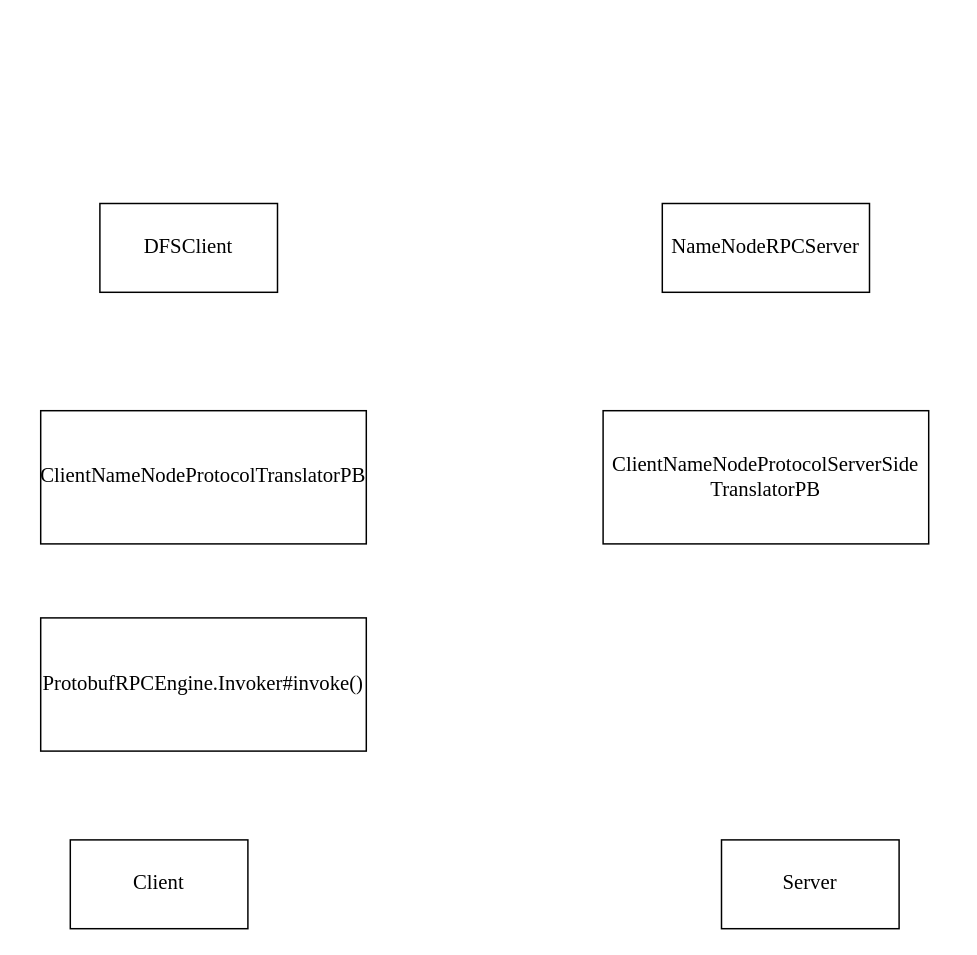
Above: 未命名绘图.drawio in wmsj2000/drawio (draw.io), before the change. Source tidied: cells renumbered, new cells numbered last; positions are measured from the earlier drawing's top-left corner, leaving out a move shared by most shapes. Both pictures are drawn from the tidied source at 148%, with x=0, y=0 at pixel (40, 203).
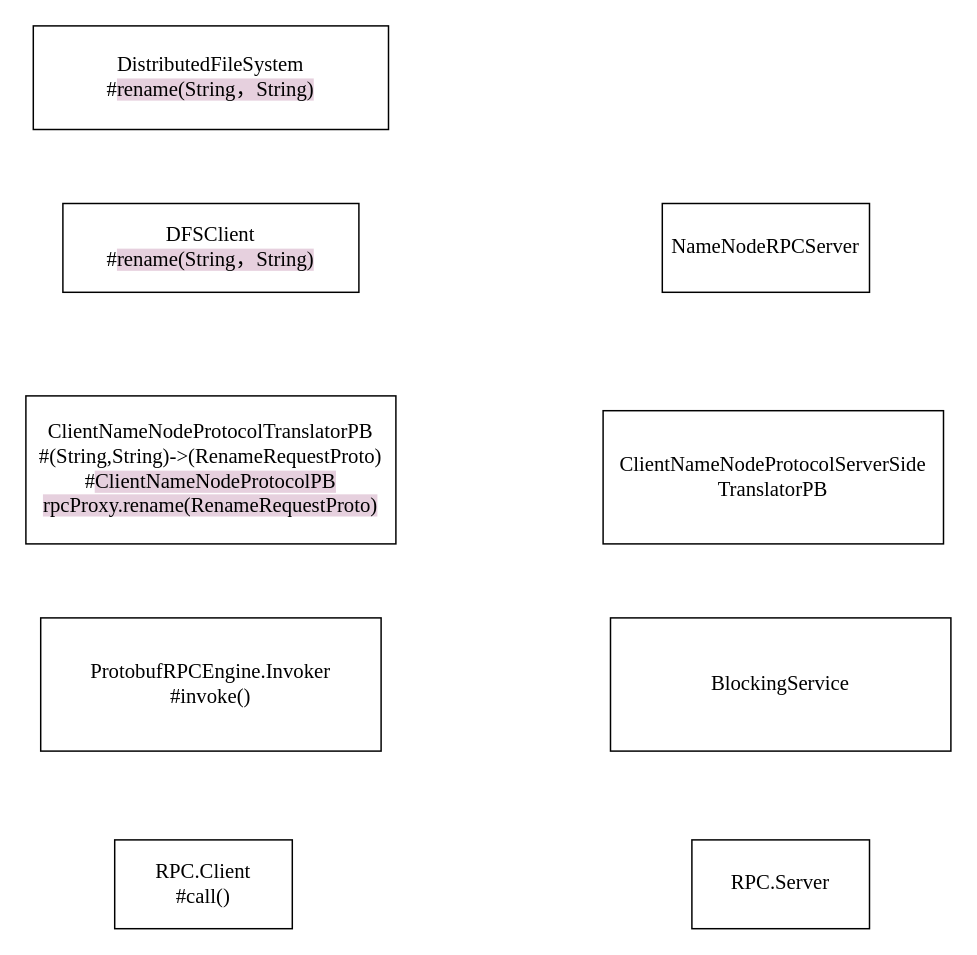
The same diagram, later.

Commit message (it also covers changes not shown here):
更新未命名绘图.drawio

Change to the diagram source:
```diff
@@
 <mxGraphModel>
   <root>
     <mxCell id="0" />
     <mxCell id="1" parent="0" />
-    <mxCell id="2" value="DFSClient" style="rounded=0;whiteSpace=wrap;html=1;fontFamily=Times New Roman;fontSize=14;" parent="1" vertex="1">
-      <mxGeometry x="40" width="120" height="60" as="geometry" />
+    <mxCell id="2" value="DFSClient&lt;div&gt;&lt;span style=&quot;background-color: rgb(255, 255, 255);&quot;&gt;#&lt;/span&gt;&lt;span style=&quot;background-color: rgb(230, 208, 222);&quot;&gt;rename(String，String)&lt;/span&gt;&lt;br&gt;&lt;/div&gt;" style="rounded=0;whiteSpace=wrap;html=1;fontFamily=Times New Roman;fontSize=14;" parent="1" vertex="1">
+      <mxGeometry x="15" width="200" height="60" as="geometry" />
     </mxCell>
-    <mxCell id="3" value="ClientNameNode&lt;span style=&quot;background-color: initial; font-size: 14px;&quot;&gt;ProtocolTranslatorPB&lt;/span&gt;" style="rounded=0;whiteSpace=wrap;html=1;fontFamily=Times New Roman;fontSize=14;" parent="1" vertex="1">
-      <mxGeometry y="140" width="220" height="90" as="geometry" />
+    <mxCell id="3" value="ClientNameNode&lt;span style=&quot;background-color: initial; font-size: 14px;&quot;&gt;ProtocolTranslatorPB&lt;/span&gt;&lt;div&gt;#(&lt;span style=&quot;background-color: initial;&quot;&gt;String,String)-&amp;gt;(RenameRequestProto)&lt;/span&gt;&lt;/div&gt;&lt;div&gt;&lt;div&gt;&lt;span style=&quot;background-color: rgb(255, 255, 255);&quot;&gt;#&lt;/span&gt;&lt;span style=&quot;background-color: rgb(230, 208, 222);&quot;&gt;ClientNameNodeProtocolPB rpcProxy.rename(RenameRequestProto)&lt;/span&gt;&lt;br&gt;&lt;/div&gt;&lt;/div&gt;" style="rounded=0;whiteSpace=wrap;html=1;fontFamily=Times New Roman;fontSize=14;" parent="1" vertex="1">
+      <mxGeometry x="-10" y="130" width="250" height="100" as="geometry" />
     </mxCell>
-    <mxCell id="4" value="Client" style="rounded=0;whiteSpace=wrap;html=1;fontFamily=Times New Roman;fontSize=14;" parent="1" vertex="1">
-      <mxGeometry x="20" y="430" width="120" height="60" as="geometry" />
+    <mxCell id="4" value="RPC.Client&lt;div&gt;#call()&lt;/div&gt;" style="rounded=0;whiteSpace=wrap;html=1;fontFamily=Times New Roman;fontSize=14;" parent="1" vertex="1">
+      <mxGeometry x="50" y="430" width="120" height="60" as="geometry" />
     </mxCell>
-    <mxCell id="5" value="Server" style="rounded=0;whiteSpace=wrap;html=1;fontFamily=Times New Roman;fontSize=14;" parent="1" vertex="1">
-      <mxGeometry x="460" y="430" width="120" height="60" as="geometry" />
+    <mxCell id="5" value="RPC.Server" style="rounded=0;whiteSpace=wrap;html=1;fontFamily=Times New Roman;fontSize=14;" parent="1" vertex="1">
+      <mxGeometry x="440" y="430" width="120" height="60" as="geometry" />
     </mxCell>
     <mxCell id="6" value="ClientNameNode&lt;span style=&quot;background-color: initial; font-size: 14px;&quot;&gt;ProtocolServerSide&lt;/span&gt;&lt;div style=&quot;font-size: 14px;&quot;&gt;&lt;span style=&quot;background-color: initial; font-size: 14px;&quot;&gt;TranslatorPB&lt;/span&gt;&lt;/div&gt;" style="rounded=0;whiteSpace=wrap;html=1;fontFamily=Times New Roman;fontSize=14;" parent="1" vertex="1">
-      <mxGeometry x="380" y="140" width="220" height="90" as="geometry" />
+      <mxGeometry x="380" y="140" width="230" height="90" as="geometry" />
     </mxCell>
-    <mxCell id="7" value="ProtobufRPCEngine.Invoker#invoke()" style="rounded=0;whiteSpace=wrap;html=1;fontFamily=Times New Roman;fontSize=14;" parent="1" vertex="1">
-      <mxGeometry y="280" width="220" height="90" as="geometry" />
+    <mxCell id="7" value="ProtobufRPCEngine.Invoker&lt;div&gt;#invoke()&lt;/div&gt;" style="rounded=0;whiteSpace=wrap;html=1;fontFamily=Times New Roman;fontSize=14;" parent="1" vertex="1">
+      <mxGeometry y="280" width="230" height="90" as="geometry" />
     </mxCell>
     <mxCell id="8" value="NameNodeRPCServer" style="rounded=0;whiteSpace=wrap;html=1;fontFamily=Times New Roman;fontSize=14;" parent="1" vertex="1">
       <mxGeometry x="420" width="140" height="60" as="geometry" />
     </mxCell>
+    <mxCell id="9" value="BlockingService" style="rounded=0;whiteSpace=wrap;html=1;fontFamily=Times New Roman;fontSize=14;" parent="1" vertex="1">
+      <mxGeometry x="385" y="280" width="230" height="90" as="geometry" />
+    </mxCell>
+    <mxCell id="10" value="DistributedFileSystem&lt;div&gt;&lt;span style=&quot;background-color: rgb(255, 255, 255);&quot;&gt;#&lt;/span&gt;&lt;span style=&quot;background-color: rgb(230, 208, 222);&quot;&gt;rename(String，String)&lt;/span&gt;&lt;/div&gt;" style="rounded=0;whiteSpace=wrap;html=1;fontFamily=Times New Roman;fontSize=14;" parent="1" vertex="1">
+      <mxGeometry x="-5" y="-120" width="240" height="70" as="geometry" />
+    </mxCell>
   </root>
 </mxGraphModel>
```
